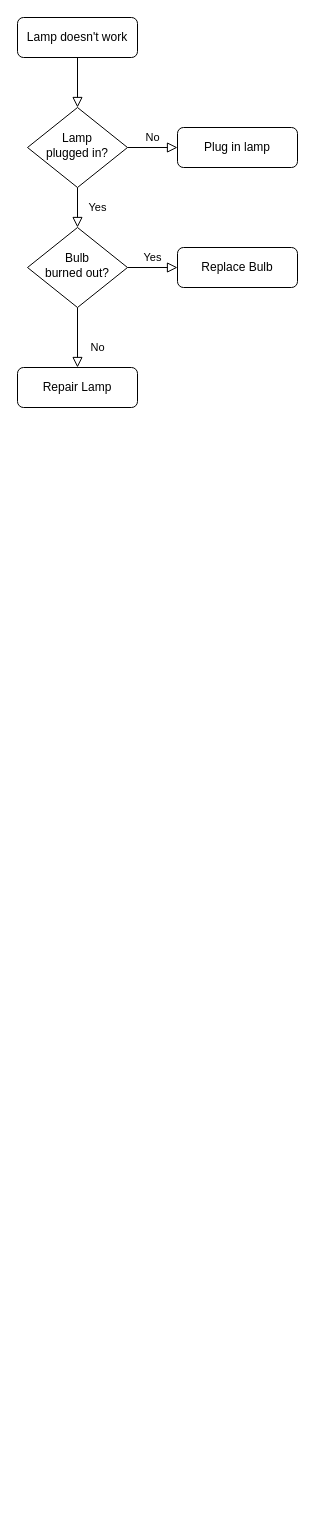
Before: command/pool__create.drawio in baidazhang/draw, a draw.io diagram. Source tidied: cells renumbered, new cells numbered last; positions are measured from the earlier drawing's top-left corner, leaving out a move shared by most shapes. Both pictures are drawn from the tidied source at 100%, with x=0, y=0 at pixel (17, 17).
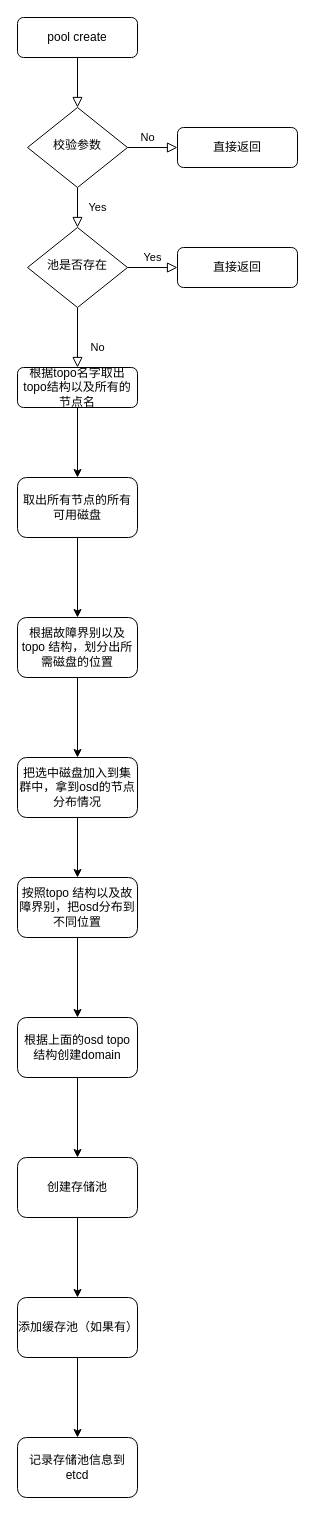
The same page after the edit.

Commit message:
完善pool__create （第一次）

Change to the diagram source:
```diff
@@
-    <mxCell id="3" value="Lamp doesn't work" style="rounded=1;whiteSpace=wrap;html=1;fontSize=12;glass=0;strokeWidth=1;shadow=0;" parent="1" vertex="1">
+    <mxCell id="3" value="pool create" style="rounded=1;whiteSpace=wrap;html=1;fontSize=12;glass=0;strokeWidth=1;shadow=0;" parent="1" vertex="1">
       <mxGeometry width="120" height="40" as="geometry" />
     </mxCell>
@@
     <mxCell id="5" value="No" style="edgeStyle=orthogonalEdgeStyle;rounded=0;html=1;jettySize=auto;fontSize=11;endArrow=block;endFill=0;endSize=8;strokeWidth=1;shadow=0;labelBackgroundColor=none;" parent="1" edge="1" source="6" target="7">
-      <mxGeometry y="10" relative="1" as="geometry" />
+      <mxGeometry x="-0.2" y="10" relative="1" as="geometry" />
     </mxCell>
-    <mxCell id="6" value="Lamp&lt;br&gt;plugged in?" style="rhombus;whiteSpace=wrap;html=1;shadow=0;fontFamily=Helvetica;fontSize=12;align=center;strokeWidth=1;spacing=6;spacingTop=-4;" parent="1" vertex="1">
+    <mxCell id="6" value="校验参数" style="rhombus;whiteSpace=wrap;html=1;shadow=0;fontFamily=Helvetica;fontSize=12;align=center;strokeWidth=1;spacing=6;spacingTop=-4;" parent="1" vertex="1">
       <mxGeometry x="10" y="90" width="100" height="80" as="geometry" />
     </mxCell>
-    <mxCell id="7" value="Plug in lamp" style="rounded=1;whiteSpace=wrap;html=1;fontSize=12;glass=0;strokeWidth=1;shadow=0;" parent="1" vertex="1">
+    <mxCell id="7" value="直接返回" style="rounded=1;whiteSpace=wrap;html=1;fontSize=12;glass=0;strokeWidth=1;shadow=0;" parent="1" vertex="1">
       <mxGeometry x="160" y="110" width="120" height="40" as="geometry" />
     </mxCell>
@@
-    <mxCell id="10" value="Bulb&lt;br&gt;burned out?" style="rhombus;whiteSpace=wrap;html=1;shadow=0;fontFamily=Helvetica;fontSize=12;align=center;strokeWidth=1;spacing=6;spacingTop=-4;" parent="1" vertex="1">
+    <mxCell id="10" value="池是否存在" style="rhombus;whiteSpace=wrap;html=1;shadow=0;fontFamily=Helvetica;fontSize=12;align=center;strokeWidth=1;spacing=6;spacingTop=-4;" parent="1" vertex="1">
       <mxGeometry x="10" y="210" width="100" height="80" as="geometry" />
     </mxCell>
+    <mxCell id="13" style="edgeStyle=orthogonalEdgeStyle;rounded=0;jettySize=auto;html=1;" parent="1" edge="1" source="11" target="15">
+      <mxGeometry relative="1" as="geometry" />
+    </mxCell>
-    <mxCell id="11" value="Repair Lamp" style="rounded=1;whiteSpace=wrap;html=1;fontSize=12;glass=0;strokeWidth=1;shadow=0;" parent="1" vertex="1">
+    <mxCell id="11" value="根据topo名字取出topo结构以及所有的节点名" style="rounded=1;whiteSpace=wrap;html=1;fontSize=12;glass=0;strokeWidth=1;shadow=0;" parent="1" vertex="1">
       <mxGeometry y="350" width="120" height="40" as="geometry" />
     </mxCell>
-    <mxCell id="12" value="Replace Bulb" style="rounded=1;whiteSpace=wrap;html=1;fontSize=12;glass=0;strokeWidth=1;shadow=0;" parent="1" vertex="1">
+    <mxCell id="12" value="直接返回" style="rounded=1;whiteSpace=wrap;html=1;fontSize=12;glass=0;strokeWidth=1;shadow=0;" parent="1" vertex="1">
       <mxGeometry x="160" y="230" width="120" height="40" as="geometry" />
     </mxCell>
+    <mxCell id="14" style="edgeStyle=orthogonalEdgeStyle;rounded=0;jettySize=auto;html=1;" parent="1" edge="1" source="15" target="17">
+      <mxGeometry relative="1" as="geometry" />
+    </mxCell>
+    <mxCell id="15" value="取出所有节点的所有可用磁盘" style="whiteSpace=wrap;html=1;rounded=1;glass=0;strokeWidth=1;shadow=0;" parent="1" vertex="1">
+      <mxGeometry y="460" width="120" height="60" as="geometry" />
+    </mxCell>
+    <mxCell id="16" style="edgeStyle=orthogonalEdgeStyle;rounded=0;jettySize=auto;html=1;" parent="1" edge="1" source="17" target="19">
+      <mxGeometry relative="1" as="geometry" />
+    </mxCell>
+    <mxCell id="17" value="根据故障界别以及topo 结构，划分出所需磁盘的位置" style="whiteSpace=wrap;html=1;rounded=1;glass=0;strokeWidth=1;shadow=0;" parent="1" vertex="1">
+      <mxGeometry y="600" width="120" height="60" as="geometry" />
+    </mxCell>
+    <mxCell id="18" style="edgeStyle=orthogonalEdgeStyle;rounded=0;jettySize=auto;html=1;" parent="1" edge="1" source="19" target="21">
+      <mxGeometry relative="1" as="geometry" />
+    </mxCell>
+    <mxCell id="19" value="把选中磁盘加入到集群中，拿到osd的节点分布情况" style="whiteSpace=wrap;html=1;rounded=1;glass=0;strokeWidth=1;shadow=0;" parent="1" vertex="1">
+      <mxGeometry y="740" width="120" height="60" as="geometry" />
+    </mxCell>
+    <mxCell id="20" style="edgeStyle=orthogonalEdgeStyle;rounded=0;jettySize=auto;html=1;" parent="1" edge="1" source="21" target="23">
+      <mxGeometry relative="1" as="geometry" />
+    </mxCell>
+    <mxCell id="21" value="按照topo 结构以及故障界别，把osd分布到不同位置" style="whiteSpace=wrap;html=1;rounded=1;glass=0;strokeWidth=1;shadow=0;" parent="1" vertex="1">
+      <mxGeometry y="860" width="120" height="60" as="geometry" />
+    </mxCell>
+    <mxCell id="22" style="edgeStyle=orthogonalEdgeStyle;rounded=0;jettySize=auto;html=1;" parent="1" edge="1" source="23" target="25">
+      <mxGeometry relative="1" as="geometry" />
+    </mxCell>
+    <mxCell id="23" value="根据上面的osd topo结构创建domain" style="whiteSpace=wrap;html=1;rounded=1;glass=0;strokeWidth=1;shadow=0;" parent="1" vertex="1">
+      <mxGeometry y="1000" width="120" height="60" as="geometry" />
+    </mxCell>
+    <mxCell id="24" style="edgeStyle=orthogonalEdgeStyle;rounded=0;jettySize=auto;html=1;" parent="1" edge="1" source="25" target="27">
+      <mxGeometry relative="1" as="geometry" />
+    </mxCell>
+    <mxCell id="25" value="创建存储池" style="whiteSpace=wrap;html=1;rounded=1;glass=0;strokeWidth=1;shadow=0;" parent="1" vertex="1">
+      <mxGeometry y="1140" width="120" height="60" as="geometry" />
+    </mxCell>
+    <mxCell id="26" style="edgeStyle=orthogonalEdgeStyle;rounded=0;jettySize=auto;html=1;" parent="1" edge="1" source="27" target="28">
+      <mxGeometry relative="1" as="geometry" />
+    </mxCell>
+    <mxCell id="27" value="添加缓存池（如果有）" style="whiteSpace=wrap;html=1;rounded=1;glass=0;strokeWidth=1;shadow=0;" parent="1" vertex="1">
+      <mxGeometry y="1280" width="120" height="60" as="geometry" />
+    </mxCell>
+    <mxCell id="28" value="记录存储池信息到etcd" style="whiteSpace=wrap;html=1;rounded=1;glass=0;strokeWidth=1;shadow=0;" parent="1" vertex="1">
+      <mxGeometry y="1420" width="120" height="60" as="geometry" />
+    </mxCell>
```
